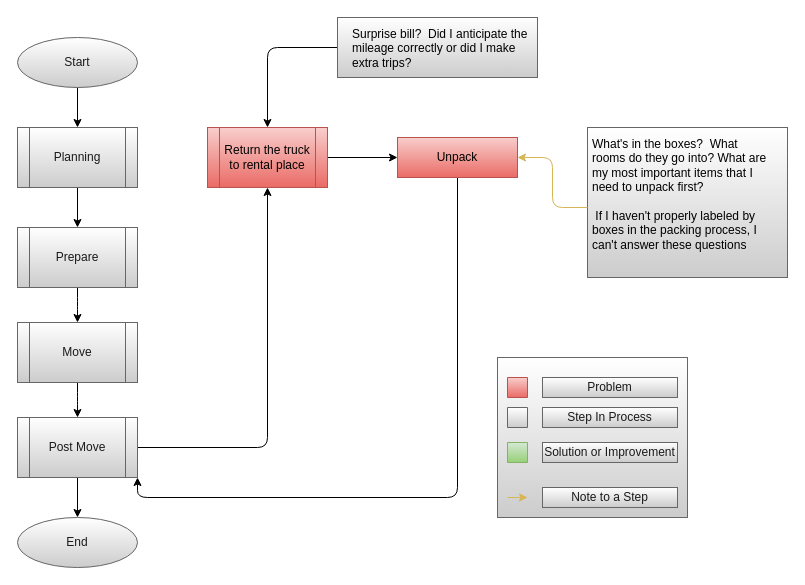
LP-76/load.in keeps this draw.io diagram as page "Post Move" (4 of 4) of Documents/flow_diagrams/Problem_Flow.drawio. Above is the earlier version. Source tidied: cells renumbered, new cells numbered last; positions are measured from the earlier drawing's top-left corner, leaving out a move shared by most shapes. Both pictures are drawn from the tidied source at 100%, with x=0, y=0 at pixel (17, 17).
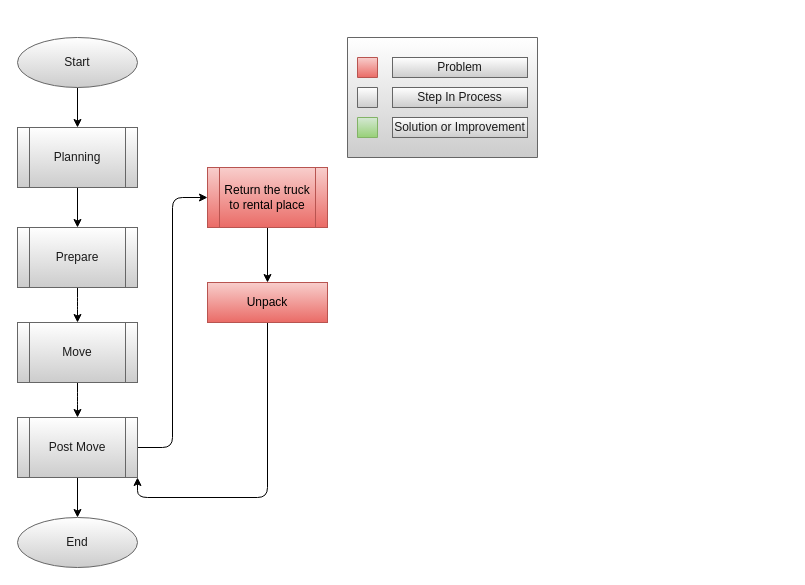
The same diagram, later.

Unchanged cells that the change refers to:
```xml
<mxCell id="20" value="Post Move" style="shape=process;whiteSpace=wrap;html=1;backgroundOutline=1;fontColor=#1A1A1A;strokeColor=#666666;fillColor=#FFFFFF;gradientColor=#CCCCCC;" parent="1" vertex="1">
  <mxGeometry y="400" width="120" height="60" as="geometry" />
</mxCell>
```

Diff of the diagram source:
```diff
@@
-    <mxCell id="2" style="edgeStyle=orthogonalEdgeStyle;rounded=1;jettySize=auto;html=1;entryX=0.5;entryY=0;entryDx=0;entryDy=0;fontColor=#1A1A1A;" parent="1" edge="1" source="3" target="6">
-      <mxGeometry relative="1" as="geometry" />
-    </mxCell>
-    <mxCell id="3" style="rounded=0;whiteSpace=wrap;html=1;strokeColor=#666666;fillColor=#FFFFFF;gradientColor=#CCCCCC;fontColor=#1A1A1A;" parent="1" vertex="1">
-      <mxGeometry x="320" width="200" height="60" as="geometry" />
-    </mxCell>
-    <mxCell id="4" style="rounded=0;whiteSpace=wrap;html=1;strokeColor=#666666;fillColor=#FFFFFF;gradientColor=#CCCCCC;fontColor=#1A1A1A;" parent="1" vertex="1">
-      <mxGeometry x="570" y="110" width="200" height="150" as="geometry" />
-    </mxCell>
@@
     <mxCell id="6" value="Return the truck to rental place" style="shape=process;whiteSpace=wrap;html=1;backgroundOutline=1;strokeColor=#b85450;fillColor=#f8cecc;gradientColor=#ea6b66;" parent="1" vertex="1">
-      <mxGeometry x="190" y="110" width="120" height="60" as="geometry" />
+      <mxGeometry x="190" y="150" width="120" height="60" as="geometry" />
     </mxCell>
@@
     <mxCell id="8" value="Unpack" style="whiteSpace=wrap;html=1;fontSize=12;strokeColor=#b85450;fillColor=#f8cecc;gradientColor=#ea6b66;" parent="1" vertex="1">
-      <mxGeometry x="380" y="120" width="120" height="40" as="geometry" />
+      <mxGeometry x="190" y="265" width="120" height="40" as="geometry" />
     </mxCell>
@@
-    <mxCell id="19" style="edgeStyle=orthogonalEdgeStyle;jettySize=auto;html=1;" parent="1" edge="1" source="20" target="6">
+    <mxCell id="19" style="edgeStyle=orthogonalEdgeStyle;jettySize=auto;html=1;entryX=0;entryY=0.5;entryDx=0;entryDy=0;" parent="1" edge="1" source="20" target="6">
       <mxGeometry relative="1" as="geometry" />
     </mxCell>
@@
-    <mxCell id="21" style="edgeStyle=orthogonalEdgeStyle;rounded=1;jettySize=auto;html=1;fontColor=#1A1A1A;gradientColor=#ffd966;fillColor=#fff2cc;strokeColor=#d6b656;" parent="1" edge="1" source="22" target="8">
-      <mxGeometry relative="1" as="geometry" />
-    </mxCell>
-    <mxCell id="22" value="What's in the boxes?&amp;nbsp; What rooms do they go into? What are my most important items that I need to unpack first?&lt;br&gt;&lt;br&gt;&amp;nbsp;If I haven't properly labeled by boxes in the packing process, I can't answer these questions" style="text;html=1;strokeColor=none;fillColor=none;spacing=5;spacingTop=-20;whiteSpace=wrap;overflow=hidden;" parent="1" vertex="1">
-      <mxGeometry x="570" y="130" width="190" height="120" as="geometry" />
-    </mxCell>
-    <mxCell id="23" style="group;fillColor=#FFFFFF;gradientColor=#CCCCCC;strokeColor=#666666;fontColor=#1A1A1A;" parent="1" vertex="1">
-      <mxGeometry x="480" y="340" width="190" height="160" as="geometry" />
-    </mxCell>
-    <mxCell id="24" style="verticalLabelPosition=bottom;verticalAlign=top;html=1;shape=mxgraph.basic.rect;fillColor2=none;strokeWidth=1;size=20;indent=5;fillColor=#FFFFFF;gradientColor=#CCCCCC;strokeColor=#666666;fontColor=#1A1A1A;" parent="23" vertex="1">
-      <mxGeometry width="190" height="160" as="geometry" />
-    </mxCell>
+    <mxCell id="34" style="group;" parent="1" vertex="1">
+      <mxGeometry x="330" y="20" width="190" height="120" as="geometry" />
+    </mxCell>
+    <mxCell id="35" style="verticalLabelPosition=bottom;verticalAlign=top;html=1;shape=mxgraph.basic.rect;fillColor2=none;strokeWidth=1;size=20;indent=5;fillColor=#FFFFFF;gradientColor=#CCCCCC;strokeColor=#666666;fontColor=#1A1A1A;" parent="34" vertex="1">
+      <mxGeometry width="190" height="120" as="geometry" />
+    </mxCell>
-    <mxCell id="25" style="verticalLabelPosition=bottom;verticalAlign=top;html=1;shape=mxgraph.basic.rect;fillColor2=none;strokeWidth=1;size=20;indent=5;fillColor=#f8cecc;gradientColor=#ea6b66;strokeColor=#b85450;" parent="23" vertex="1">
+    <mxCell id="25" style="verticalLabelPosition=bottom;verticalAlign=top;html=1;shape=mxgraph.basic.rect;fillColor2=none;strokeWidth=1;size=20;indent=5;fillColor=#f8cecc;gradientColor=#ea6b66;strokeColor=#b85450;" parent="34" vertex="1">
       <mxGeometry x="10" y="20" width="20" height="20" as="geometry" />
     </mxCell>
-    <mxCell id="26" value="Problem" style="text;html=1;align=center;verticalAlign=middle;whiteSpace=wrap;fillColor=#FFFFFF;gradientColor=#CCCCCC;strokeColor=#666666;fontColor=#1A1A1A;" parent="23" vertex="1">
+    <mxCell id="26" value="Problem" style="text;html=1;align=center;verticalAlign=middle;whiteSpace=wrap;fillColor=#FFFFFF;gradientColor=#CCCCCC;strokeColor=#666666;fontColor=#1A1A1A;" parent="34" vertex="1">
       <mxGeometry x="45" y="20" width="135" height="20" as="geometry" />
     </mxCell>
-    <mxCell id="27" style="verticalLabelPosition=bottom;verticalAlign=top;html=1;shape=mxgraph.basic.rect;fillColor2=none;strokeWidth=1;size=20;indent=5;fillColor=#FFFFFF;gradientColor=#CCCCCC;strokeColor=#666666;fontColor=#1A1A1A;" parent="23" vertex="1">
+    <mxCell id="27" style="verticalLabelPosition=bottom;verticalAlign=top;html=1;shape=mxgraph.basic.rect;fillColor2=none;strokeWidth=1;size=20;indent=5;fillColor=#FFFFFF;gradientColor=#CCCCCC;strokeColor=#666666;fontColor=#1A1A1A;" parent="34" vertex="1">
       <mxGeometry x="10" y="50" width="20" height="20" as="geometry" />
     </mxCell>
-    <mxCell id="28" value="Step In Process" style="text;html=1;align=center;verticalAlign=middle;whiteSpace=wrap;fillColor=#FFFFFF;gradientColor=#CCCCCC;strokeColor=#666666;fontColor=#1A1A1A;" parent="23" vertex="1">
+    <mxCell id="28" value="Step In Process" style="text;html=1;align=center;verticalAlign=middle;whiteSpace=wrap;fillColor=#FFFFFF;gradientColor=#CCCCCC;strokeColor=#666666;fontColor=#1A1A1A;" parent="34" vertex="1">
       <mxGeometry x="45" y="50" width="135" height="20" as="geometry" />
     </mxCell>
-    <mxCell id="29" style="verticalLabelPosition=bottom;verticalAlign=top;html=1;shape=mxgraph.basic.rect;fillColor2=none;strokeWidth=1;size=20;indent=5;fillColor=#d5e8d4;gradientColor=#97d077;strokeColor=#82b366;" parent="23" vertex="1">
-      <mxGeometry x="10" y="85" width="20" height="20" as="geometry" />
-    </mxCell>
+    <mxCell id="36" style="verticalLabelPosition=bottom;verticalAlign=top;html=1;shape=mxgraph.basic.rect;fillColor2=none;strokeWidth=1;size=20;indent=5;fillColor=#d5e8d4;gradientColor=#97d077;strokeColor=#82b366;" parent="34" vertex="1">
+      <mxGeometry x="10" y="80" width="20" height="20" as="geometry" />
+    </mxCell>
-    <mxCell id="30" value="Solution or Improvement" style="text;html=1;align=center;verticalAlign=middle;whiteSpace=wrap;fillColor=#FFFFFF;gradientColor=#CCCCCC;strokeColor=#666666;fontColor=#1A1A1A;" parent="23" vertex="1">
-      <mxGeometry x="45" y="85" width="135" height="20" as="geometry" />
+    <mxCell id="30" value="Solution or Improvement" style="text;html=1;align=center;verticalAlign=middle;whiteSpace=wrap;fillColor=#FFFFFF;gradientColor=#CCCCCC;strokeColor=#666666;fontColor=#1A1A1A;" parent="34" vertex="1">
+      <mxGeometry x="45" y="80" width="135" height="20" as="geometry" />
     </mxCell>
-    <mxCell id="31" style="endArrow=classic;html=1;gradientColor=#ffd966;fillColor=#fff2cc;strokeColor=#d6b656;" parent="23" edge="1">
-      <mxGeometry relative="1" as="geometry">
-        <mxPoint x="10" y="140" as="sourcePoint" />
-        <mxPoint x="30" y="140" as="targetPoint" />
-      </mxGeometry>
-    </mxCell>
-    <mxCell id="32" value="Note to a Step" style="text;html=1;align=center;verticalAlign=middle;whiteSpace=wrap;fillColor=#FFFFFF;gradientColor=#CCCCCC;strokeColor=#666666;fontColor=#1A1A1A;" parent="23" vertex="1">
-      <mxGeometry x="45" y="130" width="135" height="20" as="geometry" />
-    </mxCell>
-    <mxCell id="33" value="Surprise bill?&amp;nbsp; Did I anticipate the mileage correctly or did I make extra trips?" style="text;html=1;strokeColor=none;fillColor=none;spacing=5;spacingTop=-20;whiteSpace=wrap;overflow=hidden;" parent="1" vertex="1">
-      <mxGeometry x="330" y="20" width="190" height="50" as="geometry" />
-    </mxCell>
```
